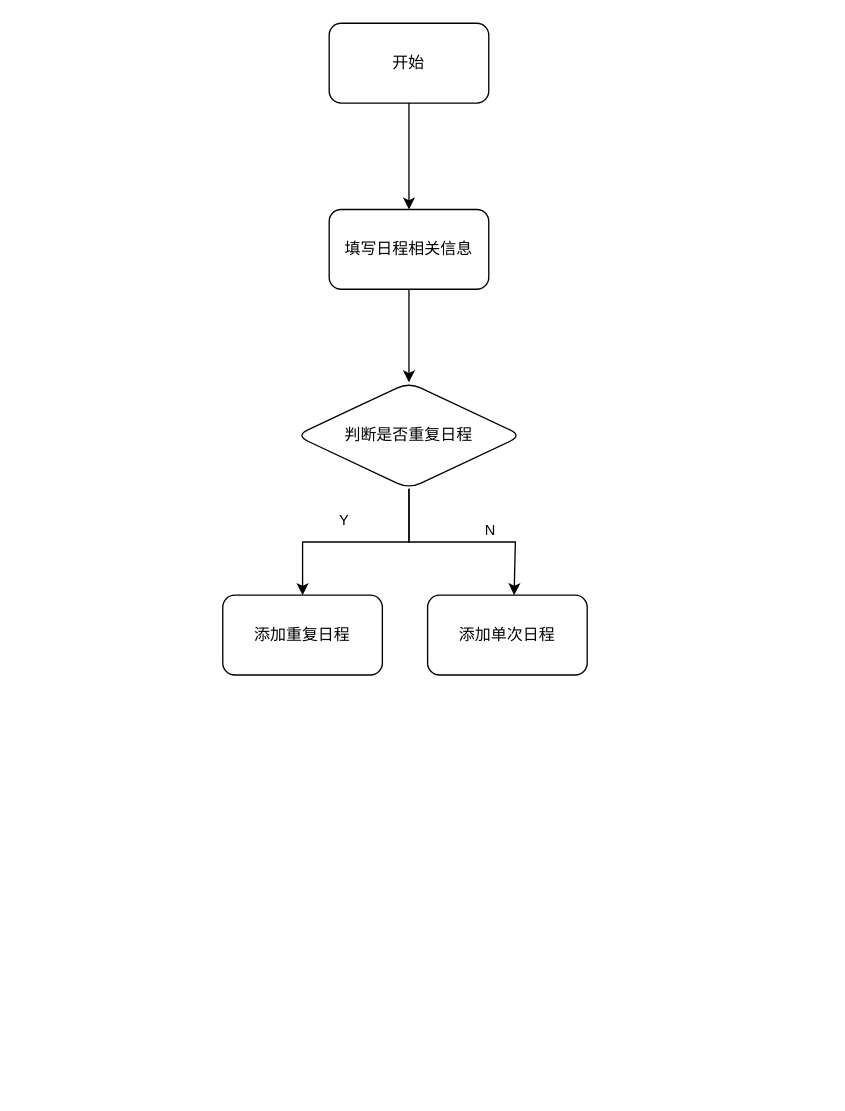
Before: page "添加重复日程" (1 of 2) of 日程管理.drawio in HillCheuang/images, a draw.io diagram. Source tidied: cells renumbered, new cells numbered last; positions are measured from the earlier drawing's top-left corner, leaving out a move shared by most shapes. Both pictures are drawn from the tidied source at 133%, with x=0, y=0 at pixel (222, 23).
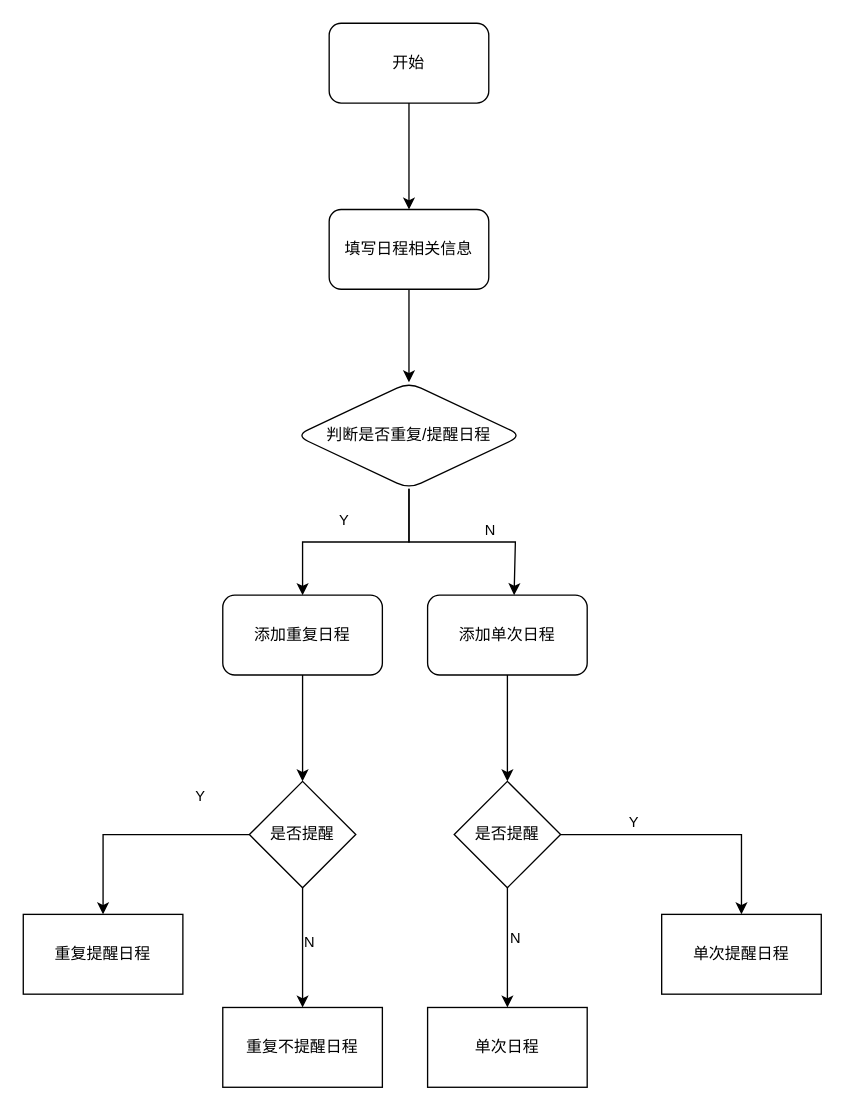
After the change.

Unchanged cells that the change refers to:
```xml
<mxCell id="9" value="添加重复日程" style="whiteSpace=wrap;html=1;rounded=1;" parent="1" vertex="1">
  <mxGeometry y="430" width="120" height="60" as="geometry" />
</mxCell>
<mxCell id="10" value="添加单次日程" style="whiteSpace=wrap;html=1;rounded=1;" parent="1" vertex="1">
  <mxGeometry x="154" y="430" width="120" height="60" as="geometry" />
</mxCell>
```

What changed in the source:
```diff
@@
-    <mxCell id="8" value="判断是否重复日程" style="rhombus;whiteSpace=wrap;html=1;rounded=1;" parent="1" vertex="1">
+    <mxCell id="8" value="判断是否重复/提醒日程" style="rhombus;whiteSpace=wrap;html=1;rounded=1;" parent="1" vertex="1">
       <mxGeometry x="55" y="270" width="170" height="80" as="geometry" />
     </mxCell>
+    <mxCell id="13" style="edgeStyle=orthogonalEdgeStyle;rounded=0;jettySize=auto;html=1;" parent="1" edge="1" source="9">
+      <mxGeometry relative="1" as="geometry">
+        <mxPoint x="60" y="570" as="targetPoint" />
+      </mxGeometry>
+    </mxCell>
@@
+    <mxCell id="14" style="edgeStyle=orthogonalEdgeStyle;rounded=0;jettySize=auto;html=1;" parent="1" edge="1" source="10">
+      <mxGeometry relative="1" as="geometry">
+        <mxPoint x="214" y="570" as="targetPoint" />
+      </mxGeometry>
+    </mxCell>
@@
+    <mxCell id="15" style="edgeStyle=orthogonalEdgeStyle;rounded=0;jettySize=auto;html=1;" parent="1" edge="1" source="19" target="25">
+      <mxGeometry relative="1" as="geometry" />
+    </mxCell>
+    <mxCell id="16" value="Y" style="edgeLabel;html=1;align=center;verticalAlign=middle;" parent="15" vertex="1">
+      <mxGeometry x="-0.54" y="3" relative="1" as="geometry">
+        <mxPoint x="1" y="-33" as="offset" />
+      </mxGeometry>
+    </mxCell>
+    <mxCell id="17" style="edgeStyle=orthogonalEdgeStyle;rounded=0;jettySize=auto;html=1;" parent="1" edge="1" source="19" target="26">
+      <mxGeometry relative="1" as="geometry" />
+    </mxCell>
+    <mxCell id="18" value="N" style="edgeLabel;html=1;align=center;verticalAlign=middle;" parent="17" vertex="1">
+      <mxGeometry x="-0.12" y="4" relative="1" as="geometry" />
+    </mxCell>
+    <mxCell id="19" value="是否提醒" style="rhombus;whiteSpace=wrap;html=1;" parent="1" vertex="1">
+      <mxGeometry x="20" y="570" width="80" height="80" as="geometry" />
+    </mxCell>
+    <mxCell id="20" style="edgeStyle=orthogonalEdgeStyle;rounded=0;jettySize=auto;html=1;" parent="1" edge="1" source="24" target="27">
+      <mxGeometry relative="1" as="geometry" />
+    </mxCell>
+    <mxCell id="21" value="N" style="edgeLabel;html=1;align=center;verticalAlign=middle;" parent="20" vertex="1">
+      <mxGeometry x="-0.19" y="5" relative="1" as="geometry">
+        <mxPoint y="1" as="offset" />
+      </mxGeometry>
+    </mxCell>
+    <mxCell id="22" style="edgeStyle=orthogonalEdgeStyle;rounded=0;jettySize=auto;html=1;" parent="1" edge="1" source="24" target="28">
+      <mxGeometry relative="1" as="geometry" />
+    </mxCell>
+    <mxCell id="23" value="Y" style="edgeLabel;html=1;align=center;verticalAlign=middle;" parent="22" vertex="1">
+      <mxGeometry x="-0.46" y="-4" relative="1" as="geometry">
+        <mxPoint x="1" y="-14" as="offset" />
+      </mxGeometry>
+    </mxCell>
+    <mxCell id="24" value="是否提醒" style="rhombus;whiteSpace=wrap;html=1;" parent="1" vertex="1">
+      <mxGeometry x="174" y="570" width="80" height="80" as="geometry" />
+    </mxCell>
+    <mxCell id="25" value="重复提醒日程" style="whiteSpace=wrap;html=1;" parent="1" vertex="1">
+      <mxGeometry x="-150" y="670" width="120" height="60" as="geometry" />
+    </mxCell>
+    <mxCell id="26" value="重复不提醒日程" style="whiteSpace=wrap;html=1;" parent="1" vertex="1">
+      <mxGeometry y="740" width="120" height="60" as="geometry" />
+    </mxCell>
+    <mxCell id="27" value="单次日程" style="whiteSpace=wrap;html=1;" parent="1" vertex="1">
+      <mxGeometry x="154" y="740" width="120" height="60" as="geometry" />
+    </mxCell>
+    <mxCell id="28" value="单次提醒日程" style="whiteSpace=wrap;html=1;" parent="1" vertex="1">
+      <mxGeometry x="330" y="670" width="120" height="60" as="geometry" />
+    </mxCell>
```
